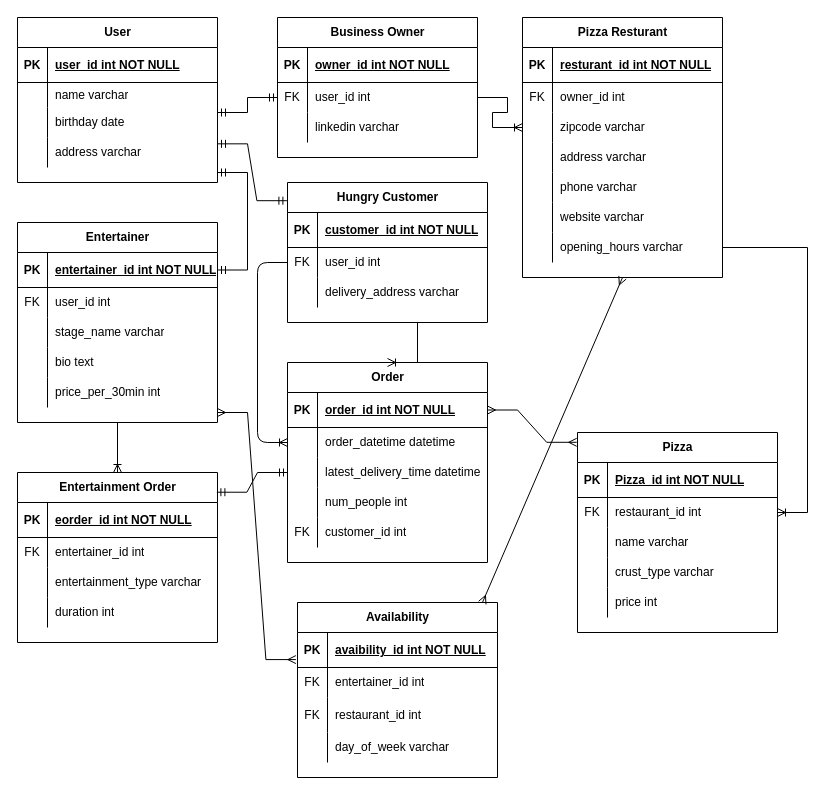
Before: Problem_2.drawio.xml in pateldeep99/Practical-1-ERD-, a draw.io diagram. Source tidied: cells renumbered, new cells numbered last; positions are measured from the earlier drawing's top-left corner, leaving out a move shared by most shapes. Both pictures are drawn from the tidied source at 100%, with x=0, y=0 at pixel (17, 17).
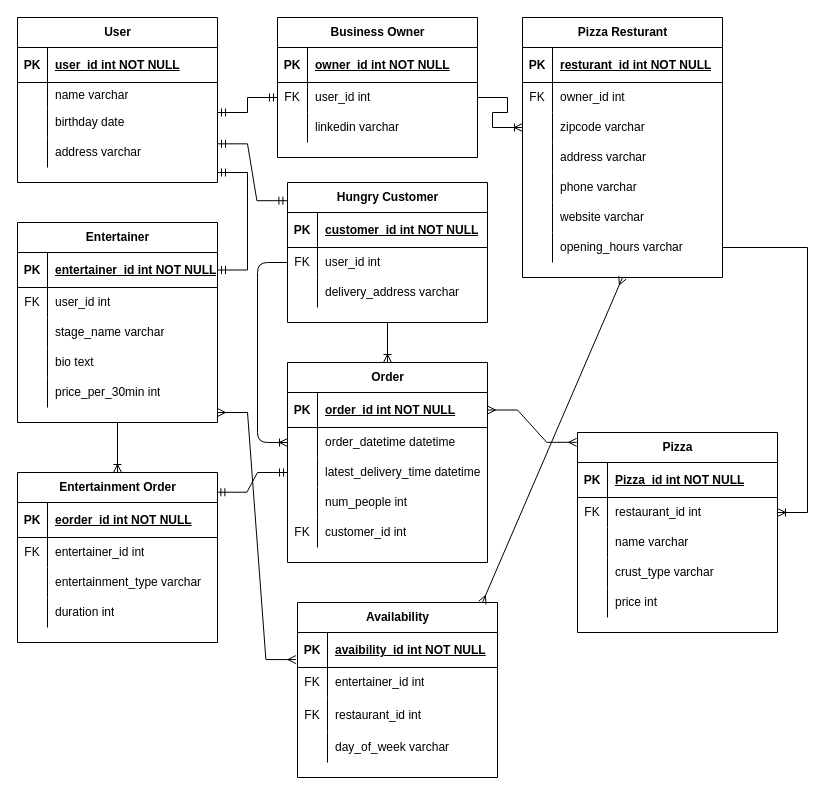
After the change.

Unchanged cells that the change refers to:
```xml
<mxCell id="25" value="Hungry Customer" style="shape=table;startSize=30;childLayout=tableLayout;rowLines=0;fontStyle=1;align=center;html=1;" parent="1" vertex="1">
  <mxGeometry x="270" y="165" width="200" height="140" as="geometry" />
</mxCell>
<mxCell id="89" value="Order" style="shape=table;startSize=30;childLayout=tableLayout;rowLines=0;fontStyle=1;align=center;html=1;" parent="1" vertex="1">
  <mxGeometry x="270" y="345" width="200" height="200" as="geometry" />
</mxCell>
```

Diff of the diagram source:
```diff
@@
-    <mxCell id="136" style="edgeStyle=entityRelationEdgeStyle;fontSize=12;html=1;endArrow=ERoneToMany;rounded=0;exitX=0.5;exitY=1;exitDx=0;exitDy=0;entryX=0.5;entryY=0;entryDx=0;entryDy=0;" parent="1" edge="1" source="25" target="89">
+    <mxCell id="136" style="fontSize=12;html=1;endArrow=ERoneToMany;rounded=0;exitX=0.5;exitY=1;exitDx=0;exitDy=0;entryX=0.5;entryY=0;entryDx=0;entryDy=0;" parent="1" edge="1" source="25" target="89">
       <mxGeometry relative="1" as="geometry" />
     </mxCell>
```
